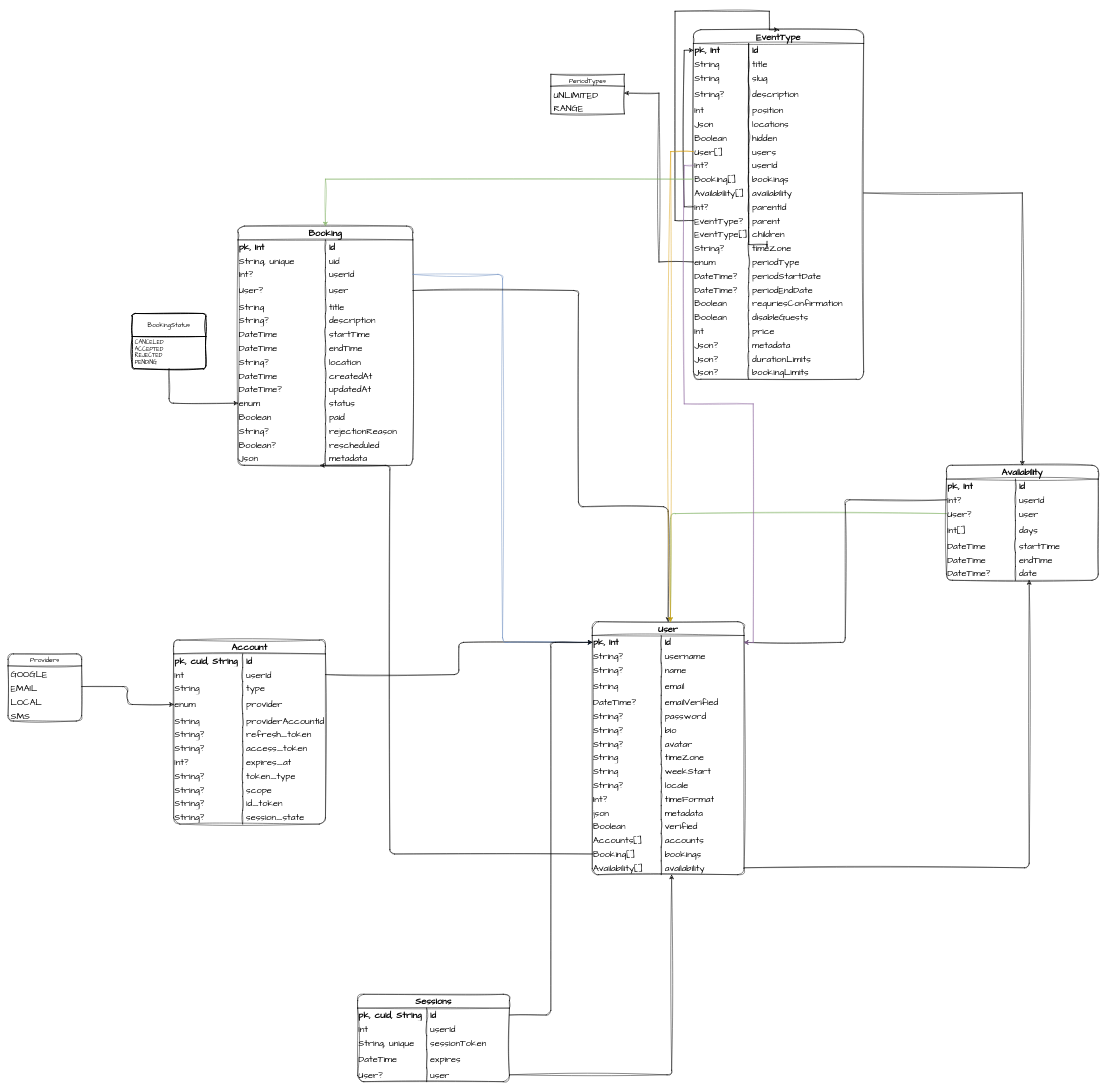
Above: database-structure.drawio in Weblink-Co/schedulize (draw.io), before the change. Source tidied: cells renumbered, new cells numbered last; positions are measured from the earlier drawing's top-left corner, leaving out a move shared by most shapes. Both pictures are drawn from the tidied source at 46%, with x=0, y=0 at pixel (8, 11).
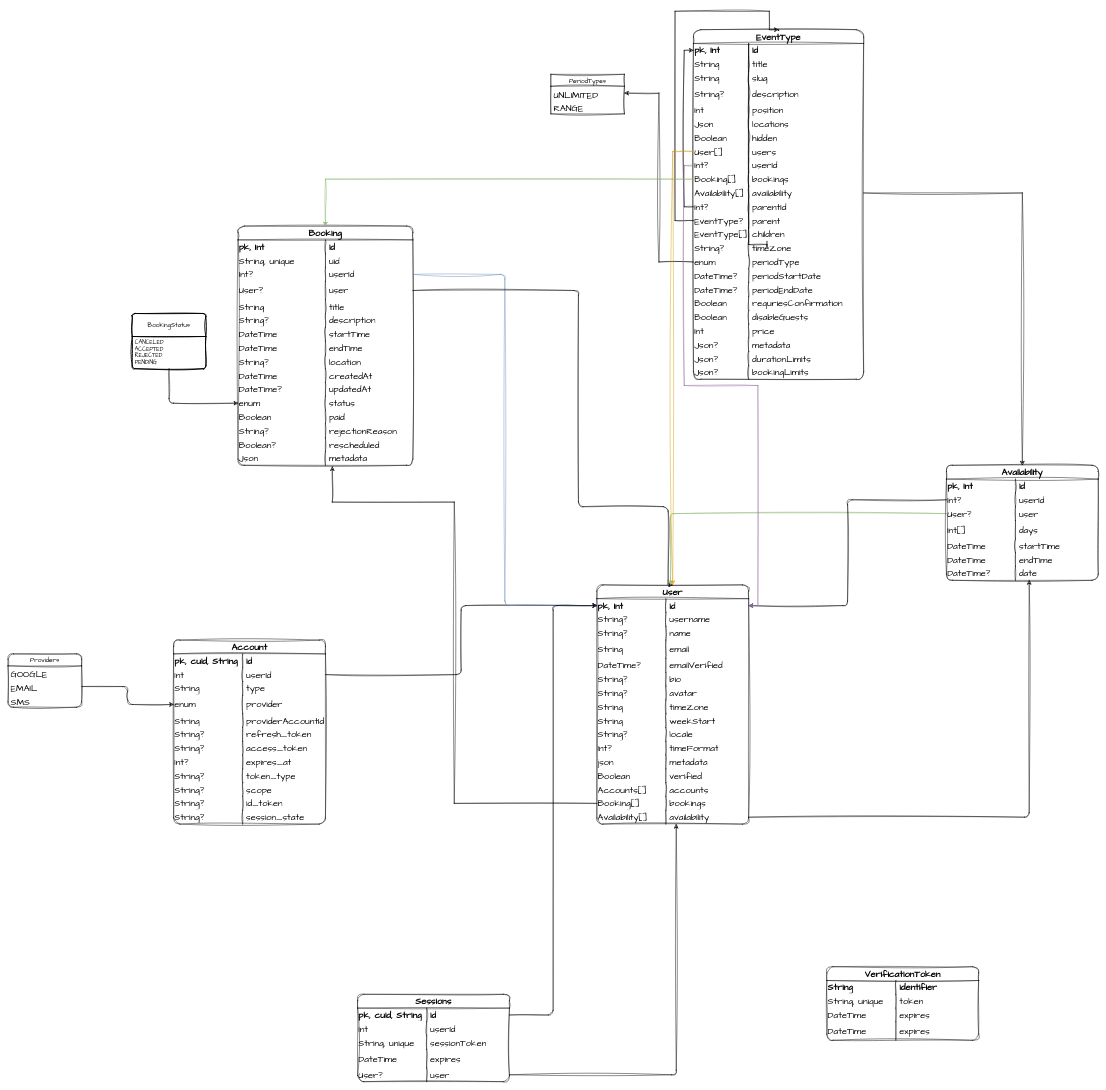
After the change.

The change refers to these unchanged cells:
```xml
<mxCell id="101" style="shape=tableRow;horizontal=0;startSize=0;swimlaneHead=0;swimlaneBody=0;fillColor=none;points=[[0,0.5],[1,0.5]];portConstraint=eastwest;top=0;left=0;right=0;bottom=0;html=1;hachureGap=4;fontFamily=Architects Daughter;fontSize=20;sketch=1;curveFitting=1;jiggle=2;rounded=1;" parent="55" vertex="1">
  <mxGeometry y="490" width="380" height="30" as="geometry" />
</mxCell>
<mxCell id="118" style="shape=tableRow;horizontal=0;startSize=0;swimlaneHead=0;swimlaneBody=0;fillColor=none;points=[[0,0.5],[1,0.5]];portConstraint=eastwest;top=0;left=0;right=0;bottom=0;html=1;hachureGap=4;fontFamily=Architects Daughter;fontSize=20;sketch=1;curveFitting=1;jiggle=2;rounded=1;" parent="111" vertex="1">
  <mxGeometry y="90" width="330" height="30" as="geometry" />
</mxCell>
<mxCell id="221" style="shape=tableRow;horizontal=0;startSize=0;swimlaneHead=0;swimlaneBody=0;fillColor=none;points=[[0,0.5],[1,0.5]];portConstraint=eastwest;top=0;left=0;right=0;bottom=0;html=1;hachureGap=4;fontFamily=Architects Daughter;fontSize=20;sketch=1;curveFitting=1;jiggle=2;rounded=1;" parent="199" vertex="1">
  <mxGeometry y="250" width="370" height="30" as="geometry" />
</mxCell>
```

The edit, as a diff of the source:
```diff
@@
     <mxCell id="2" value="User" style="shape=table;startSize=30;childLayout=tableLayout;rowLines=0;fontStyle=1;align=center;html=1;whiteSpace=wrap;hachureGap=4;fontFamily=Architects Daughter;fontSize=20;verticalAlign=middle;sketch=1;curveFitting=1;jiggle=2;rounded=1;" parent="1" vertex="1">
-      <mxGeometry x="1270" y="1327" width="330" height="550" as="geometry" />
+      <mxGeometry x="1280" y="1247" width="330" height="520" as="geometry" />
     </mxCell>
@@
-    <mxCell id="18" style="shape=tableRow;horizontal=0;startSize=0;swimlaneHead=0;swimlaneBody=0;fillColor=none;top=0;left=0;right=0;bottom=0;html=1;hachureGap=4;fontFamily=Architects Daughter;fontSize=20;sketch=1;curveFitting=1;jiggle=2;rounded=1;" parent="2" vertex="1">
-      <mxGeometry y="190" width="330" height="30" as="geometry" />
-    </mxCell>
-    <mxCell id="19" value="String?" style="shape=partialRectangle;fillColor=none;top=0;left=0;bottom=0;right=0;overflow=hidden;html=1;whiteSpace=wrap;hachureGap=4;fontFamily=Architects Daughter;fontSize=20;align=left;sketch=1;curveFitting=1;jiggle=2;rounded=1;" parent="18" vertex="1">
-      <mxGeometry width="150" height="30" as="geometry" />
-    </mxCell>
-    <mxCell id="20" value="password" style="shape=partialRectangle;fillColor=none;top=0;left=0;bottom=0;right=0;align=left;spacingLeft=6;overflow=hidden;html=1;whiteSpace=wrap;hachureGap=4;fontFamily=Architects Daughter;fontSize=20;sketch=1;curveFitting=1;jiggle=2;rounded=1;" parent="18" vertex="1">
-      <mxGeometry x="150" width="180" height="30" as="geometry" />
-    </mxCell>
     <mxCell id="21" style="shape=tableRow;horizontal=0;startSize=0;swimlaneHead=0;swimlaneBody=0;fillColor=none;top=0;left=0;right=0;bottom=0;html=1;hachureGap=4;fontFamily=Architects Daughter;fontSize=20;sketch=1;curveFitting=1;jiggle=2;rounded=1;" parent="2" vertex="1">
-      <mxGeometry y="220" width="330" height="30" as="geometry" />
+      <mxGeometry y="190" width="330" height="30" as="geometry" />
     </mxCell>
@@
     <mxCell id="24" style="shape=tableRow;horizontal=0;startSize=0;swimlaneHead=0;swimlaneBody=0;fillColor=none;top=0;left=0;right=0;bottom=0;html=1;hachureGap=4;fontFamily=Architects Daughter;fontSize=20;sketch=1;curveFitting=1;jiggle=2;rounded=1;" parent="2" vertex="1">
-      <mxGeometry y="250" width="330" height="30" as="geometry" />
+      <mxGeometry y="220" width="330" height="30" as="geometry" />
     </mxCell>
@@
     <mxCell id="27" style="shape=tableRow;horizontal=0;startSize=0;swimlaneHead=0;swimlaneBody=0;fillColor=none;top=0;left=0;right=0;bottom=0;html=1;hachureGap=4;fontFamily=Architects Daughter;fontSize=20;sketch=1;curveFitting=1;jiggle=2;rounded=1;" parent="2" vertex="1">
-      <mxGeometry y="280" width="330" height="30" as="geometry" />
+      <mxGeometry y="250" width="330" height="30" as="geometry" />
     </mxCell>
@@
     <mxCell id="30" style="shape=tableRow;horizontal=0;startSize=0;swimlaneHead=0;swimlaneBody=0;fillColor=none;top=0;left=0;right=0;bottom=0;html=1;hachureGap=4;fontFamily=Architects Daughter;fontSize=20;sketch=1;curveFitting=1;jiggle=2;rounded=1;" parent="2" vertex="1">
-      <mxGeometry y="310" width="330" height="30" as="geometry" />
+      <mxGeometry y="280" width="330" height="30" as="geometry" />
     </mxCell>
@@
     <mxCell id="33" style="shape=tableRow;horizontal=0;startSize=0;swimlaneHead=0;swimlaneBody=0;fillColor=none;top=0;left=0;right=0;bottom=0;html=1;hachureGap=4;fontFamily=Architects Daughter;fontSize=20;sketch=1;curveFitting=1;jiggle=2;rounded=1;" parent="2" vertex="1">
-      <mxGeometry y="340" width="330" height="30" as="geometry" />
+      <mxGeometry y="310" width="330" height="30" as="geometry" />
     </mxCell>
@@
     <mxCell id="36" style="shape=tableRow;horizontal=0;startSize=0;swimlaneHead=0;swimlaneBody=0;fillColor=none;top=0;left=0;right=0;bottom=0;html=1;hachureGap=4;fontFamily=Architects Daughter;fontSize=20;sketch=1;curveFitting=1;jiggle=2;rounded=1;" parent="2" vertex="1">
-      <mxGeometry y="370" width="330" height="30" as="geometry" />
+      <mxGeometry y="340" width="330" height="30" as="geometry" />
     </mxCell>
@@
     <mxCell id="39" style="shape=tableRow;horizontal=0;startSize=0;swimlaneHead=0;swimlaneBody=0;fillColor=none;top=0;left=0;right=0;bottom=0;html=1;hachureGap=4;fontFamily=Architects Daughter;fontSize=20;sketch=1;curveFitting=1;jiggle=2;rounded=1;" parent="2" vertex="1">
-      <mxGeometry y="400" width="330" height="30" as="geometry" />
+      <mxGeometry y="370" width="330" height="30" as="geometry" />
     </mxCell>
@@
     <mxCell id="42" style="shape=tableRow;horizontal=0;startSize=0;swimlaneHead=0;swimlaneBody=0;fillColor=none;top=0;left=0;right=0;bottom=0;html=1;hachureGap=4;fontFamily=Architects Daughter;fontSize=20;sketch=1;curveFitting=1;jiggle=2;rounded=1;" parent="2" vertex="1">
-      <mxGeometry y="430" width="330" height="30" as="geometry" />
+      <mxGeometry y="400" width="330" height="30" as="geometry" />
     </mxCell>
@@
     <mxCell id="45" style="shape=tableRow;horizontal=0;startSize=0;swimlaneHead=0;swimlaneBody=0;fillColor=none;top=0;left=0;right=0;bottom=0;html=1;hachureGap=4;fontFamily=Architects Daughter;fontSize=20;sketch=1;curveFitting=1;jiggle=2;rounded=1;" parent="2" vertex="1">
-      <mxGeometry y="460" width="330" height="30" as="geometry" />
+      <mxGeometry y="430" width="330" height="30" as="geometry" />
     </mxCell>
@@
     <mxCell id="48" style="shape=tableRow;horizontal=0;startSize=0;swimlaneHead=0;swimlaneBody=0;fillColor=none;points=[[0,0.5],[1,0.5]];portConstraint=eastwest;top=0;left=0;right=0;bottom=0;html=1;hachureGap=4;fontFamily=Architects Daughter;fontSize=20;sketch=1;curveFitting=1;jiggle=2;rounded=1;" parent="2" vertex="1">
-      <mxGeometry y="490" width="330" height="30" as="geometry" />
+      <mxGeometry y="460" width="330" height="30" as="geometry" />
     </mxCell>
@@
     <mxCell id="51" style="shape=tableRow;horizontal=0;startSize=0;swimlaneHead=0;swimlaneBody=0;fillColor=none;points=[[0,0.5],[1,0.5]];portConstraint=eastwest;top=0;left=0;right=0;bottom=0;html=1;hachureGap=4;fontFamily=Architects Daughter;fontSize=20;sketch=1;curveFitting=1;jiggle=2;rounded=1;" parent="2" vertex="1">
-      <mxGeometry y="520" width="330" height="30" as="geometry" />
+      <mxGeometry y="490" width="330" height="30" as="geometry" />
     </mxCell>
@@
-    <mxCell id="109" style="edgeStyle=orthogonalEdgeStyle;rounded=1;sketch=1;hachureGap=4;jiggle=2;curveFitting=1;jettySize=auto;html=1;fontFamily=Architects Daughter;fontSize=16;fillColor=#d5e8d4;strokeColor=#82b366;" parent="1" edge="1" source="118">
+    <mxCell id="109" style="edgeStyle=orthogonalEdgeStyle;rounded=1;sketch=1;hachureGap=4;jiggle=2;curveFitting=1;jettySize=auto;html=1;fontFamily=Architects Daughter;fontSize=16;fillColor=#d5e8d4;strokeColor=#82b366;" parent="1" edge="1" source="118" target="2">
       <mxGeometry relative="1" as="geometry">
-        <mxPoint x="1440" y="1327" as="targetPoint" />
+        <Array as="points">
+          <mxPoint x="1440" y="1092" />
+        </Array>
       </mxGeometry>
     </mxCell>
@@
-    <mxCell id="133" style="edgeStyle=orthogonalEdgeStyle;rounded=1;sketch=1;hachureGap=4;jiggle=2;curveFitting=1;jettySize=auto;html=1;entryX=0.47;entryY=1.008;entryDx=0;entryDy=0;entryPerimeter=0;fontFamily=Architects Daughter;fontSize=16;" parent="1" edge="1" source="48" target="101">
-      <mxGeometry relative="1" as="geometry">
-        <Array as="points">
-          <mxPoint x="830" y="1832" />
-          <mxPoint x="830" y="987" />
-        </Array>
-      </mxGeometry>
-    </mxCell>
@@
     <mxCell id="174" value="Providers" style="swimlane;fontStyle=0;horizontal=1;startSize=26;align=center;fontSize=14;rounded=1;sketch=1;hachureGap=4;jiggle=2;curveFitting=1;fontFamily=Architects Daughter;" parent="1" vertex="1">
-      <mxGeometry y="1397" width="160" height="146" as="geometry" />
+      <mxGeometry y="1397" width="160" height="116" as="geometry" />
     </mxCell>
@@
-    <mxCell id="177" value="LOCAL" style="text;strokeColor=none;fillColor=none;spacingLeft=4;spacingRight=4;overflow=hidden;fontSize=20;whiteSpace=wrap;html=1;fontFamily=Architects Daughter;" parent="174" vertex="1">
-      <mxGeometry y="86" width="160" height="30" as="geometry" />
-    </mxCell>
     <mxCell id="178" value="SMS" style="text;strokeColor=none;fillColor=none;spacingLeft=4;spacingRight=4;overflow=hidden;fontSize=20;whiteSpace=wrap;html=1;fontFamily=Architects Daughter;" parent="174" vertex="1">
-      <mxGeometry y="116" width="160" height="30" as="geometry" />
+      <mxGeometry y="86" width="160" height="30" as="geometry" />
     </mxCell>
@@
-    <mxCell id="277" style="edgeStyle=orthogonalEdgeStyle;rounded=0;sketch=1;hachureGap=4;jiggle=2;curveFitting=1;jettySize=auto;html=1;fontFamily=Architects Daughter;fontSize=16;fillColor=#ffe6cc;strokeColor=#d79b00;" parent="1" edge="1" source="221">
-      <mxGeometry relative="1" as="geometry">
-        <mxPoint x="1440" y="1327" as="targetPoint" />
-      </mxGeometry>
+    <mxCell id="277" style="edgeStyle=orthogonalEdgeStyle;rounded=0;sketch=1;hachureGap=4;jiggle=2;curveFitting=1;jettySize=auto;html=1;fontFamily=Architects Daughter;fontSize=16;fillColor=#ffe6cc;strokeColor=#d79b00;" parent="1" edge="1" source="221" target="2">
+      <mxGeometry relative="1" as="geometry" />
     </mxCell>
@@
+    <mxCell id="133" style="edgeStyle=orthogonalEdgeStyle;rounded=0;sketch=1;hachureGap=4;jiggle=2;curveFitting=1;jettySize=auto;html=1;entryX=0.539;entryY=1.092;entryDx=0;entryDy=0;entryPerimeter=0;fontFamily=Architects Daughter;fontSize=16;" parent="1" edge="1" source="48" target="101">
+      <mxGeometry relative="1" as="geometry">
+        <Array as="points">
+          <mxPoint x="970" y="1722" />
+          <mxPoint x="970" y="1067" />
+          <mxPoint x="705" y="1067" />
+        </Array>
+      </mxGeometry>
+    </mxCell>
+    <mxCell id="281" value="VerificationToken" style="shape=table;startSize=30;childLayout=tableLayout;rowLines=0;fontStyle=1;align=center;html=1;whiteSpace=wrap;hachureGap=4;fontFamily=Architects Daughter;fontSize=20;verticalAlign=middle;sketch=1;curveFitting=1;jiggle=2;rounded=1;" parent="1" vertex="1">
+      <mxGeometry x="1780" y="2077" width="330" height="160" as="geometry" />
+    </mxCell>
+    <mxCell id="282" style="shape=tableRow;horizontal=0;startSize=0;swimlaneHead=0;swimlaneBody=0;fillColor=none;top=0;left=0;right=0;bottom=0;html=1;hachureGap=4;fontFamily=Architects Daughter;fontSize=20;sketch=1;curveFitting=1;jiggle=2;rounded=1;" parent="281" vertex="1">
+      <mxGeometry y="30" width="330" height="30" as="geometry" />
+    </mxCell>
+    <mxCell id="283" value="String" style="shape=partialRectangle;fillColor=none;top=0;left=0;bottom=0;right=0;fontStyle=1;overflow=hidden;html=1;whiteSpace=wrap;hachureGap=4;fontFamily=Architects Daughter;fontSize=20;align=left;sketch=1;curveFitting=1;jiggle=2;rounded=1;" parent="282" vertex="1">
+      <mxGeometry width="150" height="30" as="geometry" />
+    </mxCell>
+    <mxCell id="284" value="identifier" style="shape=partialRectangle;fillColor=none;top=0;left=0;bottom=0;right=0;align=left;spacingLeft=6;fontStyle=1;overflow=hidden;html=1;whiteSpace=wrap;hachureGap=4;fontFamily=Architects Daughter;fontSize=20;sketch=1;curveFitting=1;jiggle=2;rounded=1;" parent="282" vertex="1">
+      <mxGeometry x="150" width="180" height="30" as="geometry" />
+    </mxCell>
+    <mxCell id="285" style="shape=tableRow;horizontal=0;startSize=0;swimlaneHead=0;swimlaneBody=0;fillColor=none;top=0;left=0;right=0;bottom=0;html=1;hachureGap=4;fontFamily=Architects Daughter;fontSize=20;sketch=1;curveFitting=1;jiggle=2;rounded=1;" parent="281" vertex="1">
+      <mxGeometry y="60" width="330" height="30" as="geometry" />
+    </mxCell>
+    <mxCell id="286" value="String, unique" style="shape=partialRectangle;fillColor=none;top=0;left=0;bottom=0;right=0;overflow=hidden;html=1;whiteSpace=wrap;hachureGap=4;fontFamily=Architects Daughter;fontSize=20;align=left;sketch=1;curveFitting=1;jiggle=2;rounded=1;" parent="285" vertex="1">
+      <mxGeometry width="150" height="30" as="geometry" />
+    </mxCell>
+    <mxCell id="287" value="token" style="shape=partialRectangle;fillColor=none;top=0;left=0;bottom=0;right=0;align=left;spacingLeft=6;overflow=hidden;html=1;whiteSpace=wrap;hachureGap=4;fontFamily=Architects Daughter;fontSize=20;sketch=1;curveFitting=1;jiggle=2;rounded=1;" parent="285" vertex="1">
+      <mxGeometry x="150" width="180" height="30" as="geometry" />
+    </mxCell>
+    <mxCell id="288" style="shape=tableRow;horizontal=0;startSize=0;swimlaneHead=0;swimlaneBody=0;fillColor=none;top=0;left=0;right=0;bottom=0;html=1;hachureGap=4;fontFamily=Architects Daughter;fontSize=20;sketch=1;curveFitting=1;jiggle=2;rounded=1;" parent="281" vertex="1">
+      <mxGeometry y="90" width="330" height="30" as="geometry" />
+    </mxCell>
+    <mxCell id="289" value="DateTime" style="shape=partialRectangle;fillColor=none;top=0;left=0;bottom=0;right=0;overflow=hidden;html=1;whiteSpace=wrap;hachureGap=4;fontFamily=Architects Daughter;fontSize=20;align=left;sketch=1;curveFitting=1;jiggle=2;rounded=1;" parent="288" vertex="1">
+      <mxGeometry width="150" height="30" as="geometry" />
+    </mxCell>
+    <mxCell id="290" value="expires" style="shape=partialRectangle;fillColor=none;top=0;left=0;bottom=0;right=0;align=left;spacingLeft=6;overflow=hidden;html=1;whiteSpace=wrap;hachureGap=4;fontFamily=Architects Daughter;fontSize=20;sketch=1;curveFitting=1;jiggle=2;rounded=1;" parent="288" vertex="1">
+      <mxGeometry x="150" width="180" height="30" as="geometry" />
+    </mxCell>
+    <mxCell id="291" style="shape=tableRow;horizontal=0;startSize=0;swimlaneHead=0;swimlaneBody=0;fillColor=none;top=0;left=0;right=0;bottom=0;html=1;hachureGap=4;fontFamily=Architects Daughter;fontSize=20;sketch=1;curveFitting=1;jiggle=2;rounded=1;" parent="281" vertex="1">
+      <mxGeometry y="120" width="330" height="40" as="geometry" />
+    </mxCell>
+    <mxCell id="292" value="DateTime" style="shape=partialRectangle;fillColor=none;top=0;left=0;bottom=0;right=0;overflow=hidden;html=1;whiteSpace=wrap;hachureGap=4;fontFamily=Architects Daughter;fontSize=20;align=left;sketch=1;curveFitting=1;jiggle=2;rounded=1;" parent="291" vertex="1">
+      <mxGeometry width="150" height="40" as="geometry" />
+    </mxCell>
+    <mxCell id="293" value="expires" style="shape=partialRectangle;fillColor=none;top=0;left=0;bottom=0;right=0;align=left;spacingLeft=6;overflow=hidden;html=1;whiteSpace=wrap;hachureGap=4;fontFamily=Architects Daughter;fontSize=20;sketch=1;curveFitting=1;jiggle=2;rounded=1;" parent="291" vertex="1">
+      <mxGeometry x="150" width="180" height="40" as="geometry" />
+    </mxCell>
```
